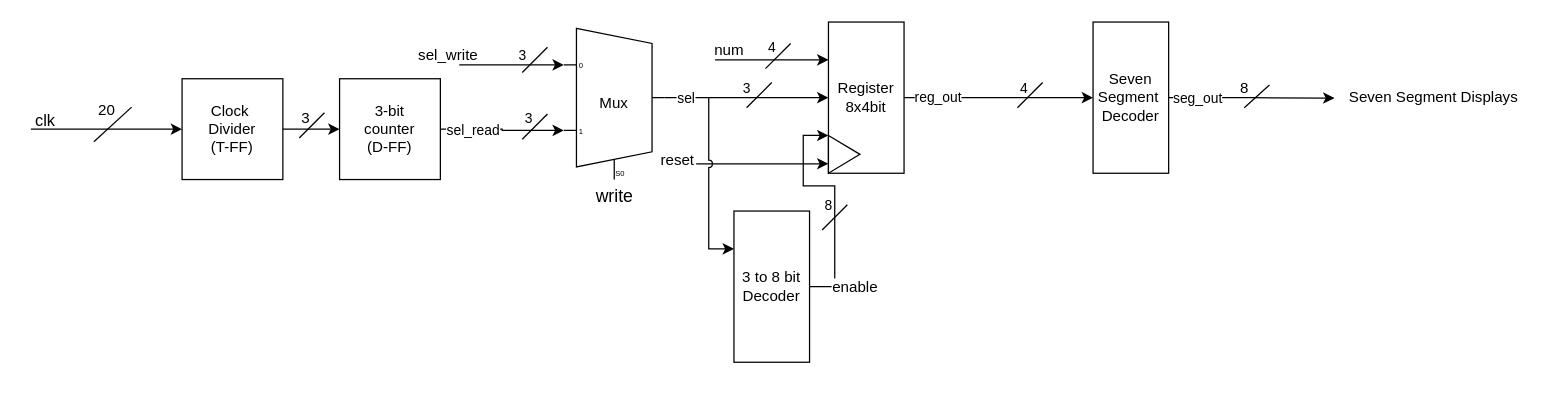
Above: page "Page-1" (1 of 3) of SevenSegmentSeq.drawio in abubakar-lgtm/DSD_2023_Abubakar (draw.io), before the change. Source tidied: cells renumbered, new cells numbered last; positions are measured from the earlier drawing's top-left corner, leaving out a move shared by most shapes. Both pictures are drawn from the tidied source at 126%, with x=0, y=0 at pixel (21, 21).
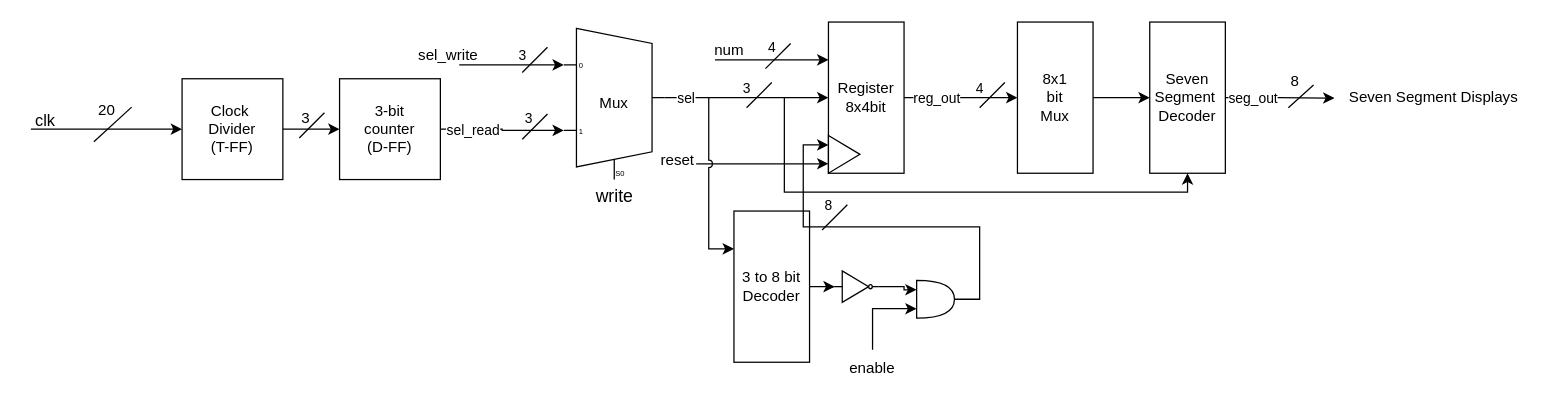
After the change.

The change refers to these unchanged cells:
```xml
<mxCell id="27" value="Register&lt;div&gt;8x4bit&lt;/div&gt;" style="rounded=0;whiteSpace=wrap;html=1;direction=south;" parent="26" vertex="1">
  <mxGeometry width="60" height="120" as="geometry" />
</mxCell>
<mxCell id="28" style="triangle;whiteSpace=wrap;html=1;" parent="26" vertex="1">
  <mxGeometry y="90" width="25" height="30" as="geometry" />
</mxCell>
<mxCell id="31" value="3 to 8 bit&lt;div&gt;Decoder&lt;/div&gt;" style="rounded=0;whiteSpace=wrap;html=1;direction=south;" parent="1" vertex="1">
  <mxGeometry x="565" y="150" width="60" height="120" as="geometry" />
</mxCell>
<mxCell id="44" style="edgeStyle=orthogonalEdgeStyle;rounded=0;jettySize=auto;html=1;entryX=0.01;entryY=0.512;entryDx=0;entryDy=0;entryPerimeter=0;" parent="1" edge="1" source="22" target="25">
  <mxGeometry relative="1" as="geometry" />
</mxCell>
```

The edit, as a diff of the source:
```diff
@@
-    <mxCell id="9" style="edgeStyle=orthogonalEdgeStyle;rounded=0;jettySize=auto;html=1;strokeWidth=1;entryX=0.5;entryY=1;entryDx=0;entryDy=0;" parent="1" edge="1" source="27" target="22">
+    <mxCell id="9" style="edgeStyle=orthogonalEdgeStyle;rounded=0;jettySize=auto;html=1;strokeWidth=1;entryX=0.5;entryY=1;entryDx=0;entryDy=0;" parent="1" edge="1" source="27" target="57">
       <mxGeometry relative="1" as="geometry" />
     </mxCell>
     <mxCell id="10" value="reg_out" style="edgeLabel;html=1;align=center;verticalAlign=middle;" parent="9" vertex="1">
-      <mxGeometry x="-0.65" y="1" relative="1" as="geometry" />
+      <mxGeometry x="-0.65" y="1" relative="1" as="geometry">
+        <mxPoint x="9" y="1" as="offset" />
+      </mxGeometry>
     </mxCell>
@@
     <mxCell id="22" value="Seven Segment&amp;nbsp;&lt;div&gt;Decoder&lt;/div&gt;" style="rounded=0;whiteSpace=wrap;html=1;direction=south;" parent="1" vertex="1">
-      <mxGeometry x="850" width="60" height="120" as="geometry" />
+      <mxGeometry x="895" width="60" height="120" as="geometry" />
     </mxCell>
     <mxCell id="23" style="endArrow=none;html=1;rounded=0;strokeWidth=1;" parent="1" edge="1">
       <mxGeometry relative="1" as="geometry">
-        <mxPoint x="810" y="48" as="sourcePoint" />
-        <mxPoint x="790" y="68" as="targetPoint" />
+        <mxPoint x="780" y="48" as="sourcePoint" />
+        <mxPoint x="760" y="68" as="targetPoint" />
       </mxGeometry>
     </mxCell>
     <mxCell id="24" value="&lt;font style=&quot;font-size: 11px;&quot;&gt;4&lt;/font&gt;" style="text;html=1;align=center;verticalAlign=middle;strokeColor=none;fillColor=none;" parent="1" vertex="1">
-      <mxGeometry x="780" y="38" width="30" height="30" as="geometry" />
+      <mxGeometry x="745" y="38" width="30" height="30" as="geometry" />
     </mxCell>
@@
+    <mxCell id="50" style="edgeStyle=orthogonalEdgeStyle;rounded=0;jettySize=auto;html=1;exitX=0.5;exitY=0;exitDx=0;exitDy=0;" parent="1" edge="1" source="31" target="51">
+      <mxGeometry relative="1" as="geometry" />
+    </mxCell>
@@
     <mxCell id="35" style="endArrow=none;html=1;rounded=0;" parent="1" edge="1">
       <mxGeometry relative="1" as="geometry">
-        <mxPoint x="970" y="68" as="sourcePoint" />
-        <mxPoint x="990" y="50" as="targetPoint" />
+        <mxPoint x="1005" y="68" as="sourcePoint" />
+        <mxPoint x="1025" y="50" as="targetPoint" />
       </mxGeometry>
     </mxCell>
     <mxCell id="36" value="8" style="text;html=1;align=center;verticalAlign=middle;strokeColor=none;fillColor=none;" parent="1" vertex="1">
-      <mxGeometry x="955" y="38" width="30" height="30" as="geometry" />
+      <mxGeometry x="995" y="32" width="30" height="30" as="geometry" />
     </mxCell>
@@
     <mxCell id="45" value="seg_out" style="edgeLabel;html=1;align=center;verticalAlign=middle;" parent="44" vertex="1">
-      <mxGeometry x="-0.66" relative="1" as="geometry" />
+      <mxGeometry x="-0.66" relative="1" as="geometry">
+        <mxPoint x="6" as="offset" />
+      </mxGeometry>
     </mxCell>
-    <mxCell id="46" style="edgeStyle=orthogonalEdgeStyle;rounded=0;jettySize=auto;html=1;entryX=0.75;entryY=1;entryDx=0;entryDy=0;" parent="1" edge="1" source="31" target="27">
-      <mxGeometry relative="1" as="geometry" />
-    </mxCell>
-    <mxCell id="47" value="&lt;font style=&quot;font-size: 12px;&quot;&gt;enable&lt;/font&gt;" style="edgeLabel;html=1;align=center;verticalAlign=middle;points=[];rotation=0;" parent="46" vertex="1">
-      <mxGeometry x="-0.81" y="-1" relative="1" as="geometry">
-        <mxPoint x="17" y="-1" as="offset" />
-      </mxGeometry>
-    </mxCell>
@@
+    <mxCell id="51" style="verticalLabelPosition=bottom;shadow=0;dashed=0;align=center;html=1;verticalAlign=top;shape=mxgraph.electrical.logic_gates.inverter_2;" parent="1" vertex="1">
+      <mxGeometry x="645" y="197.5" width="35" height="25" as="geometry" />
+    </mxCell>
+    <mxCell id="52" style="edgeStyle=orthogonalEdgeStyle;rounded=0;jettySize=auto;html=1;exitX=1;exitY=0.5;exitDx=0;exitDy=0;exitPerimeter=0;entryX=0;entryY=0.25;entryDx=0;entryDy=0;" parent="1" edge="1" source="53" target="28">
+      <mxGeometry relative="1" as="geometry" />
+    </mxCell>
+    <mxCell id="53" style="shape=or;whiteSpace=wrap;html=1;" parent="1" vertex="1">
+      <mxGeometry x="710" y="205" width="30" height="30" as="geometry" />
+    </mxCell>
+    <mxCell id="54" style="edgeStyle=orthogonalEdgeStyle;rounded=0;jettySize=auto;html=1;exitX=1;exitY=0.5;exitDx=0;exitDy=0;exitPerimeter=0;entryX=0;entryY=0.25;entryDx=0;entryDy=0;entryPerimeter=0;" parent="1" edge="1" source="51" target="53">
+      <mxGeometry relative="1" as="geometry">
+        <Array as="points">
+          <mxPoint x="700" y="210" />
+          <mxPoint x="700" y="212" />
+        </Array>
+      </mxGeometry>
+    </mxCell>
+    <mxCell id="47" value="enable" style="text;html=1;align=center;verticalAlign=middle;whiteSpace=wrap;rounded=0;" parent="1" vertex="1">
+      <mxGeometry x="645" y="260" width="60" height="30" as="geometry" />
+    </mxCell>
+    <mxCell id="55" style="edgeStyle=orthogonalEdgeStyle;rounded=0;jettySize=auto;html=1;exitX=0.5;exitY=0;exitDx=0;exitDy=0;entryX=0;entryY=0.75;entryDx=0;entryDy=0;entryPerimeter=0;" parent="1" edge="1" source="47" target="53">
+      <mxGeometry relative="1" as="geometry" />
+    </mxCell>
+    <mxCell id="56" style="edgeStyle=orthogonalEdgeStyle;rounded=0;jettySize=auto;html=1;entryX=0.5;entryY=1;entryDx=0;entryDy=0;" parent="1" edge="1" source="57" target="22">
+      <mxGeometry relative="1" as="geometry" />
+    </mxCell>
+    <mxCell id="57" value="8x1&lt;div&gt;bit&lt;/div&gt;&lt;div&gt;Mux&lt;/div&gt;" style="rounded=0;whiteSpace=wrap;html=1;direction=south;" parent="1" vertex="1">
+      <mxGeometry x="790" width="60" height="120" as="geometry" />
+    </mxCell>
+    <mxCell id="58" style="endArrow=classic;html=1;rounded=0;entryX=1;entryY=0.5;entryDx=0;entryDy=0;" parent="1" edge="1" target="22">
+      <mxGeometry relative="1" as="geometry">
+        <mxPoint x="605" y="60" as="sourcePoint" />
+        <Array as="points">
+          <mxPoint x="605" y="135" />
+          <mxPoint x="925" y="135" />
+        </Array>
+      </mxGeometry>
+    </mxCell>
```
